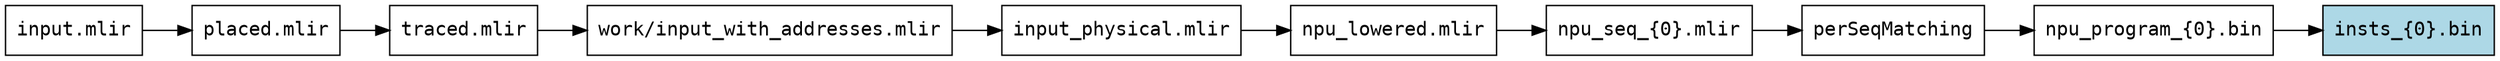
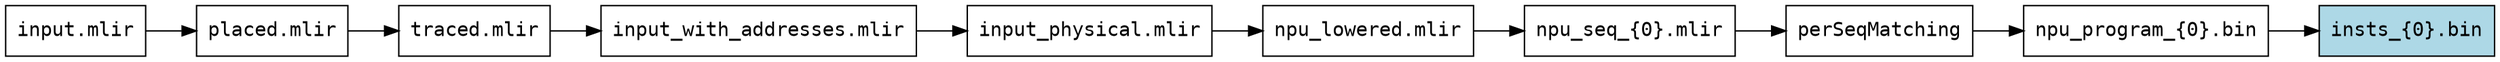
// Copyright (C) 2026 Advanced Micro Devices, Inc.
// SPDX-License-Identifier: Apache-2.0 WITH LLVM-exception
digraph aiecc {
  rankdir=LR;
  node [shape=box, fontname="monospace"];
  n0 [label="input.mlir"];
  n1 [label="placed.mlir"];
  n2 [label="traced.mlir"];
-   n3 [label="work/input_with_addresses.mlir"];
+   n3 [label="input_with_addresses.mlir"];
  n4 [label="input_physical.mlir"];
  n5 [label="npu_lowered.mlir"];
  n6 [label="npu_seq_{0}.mlir"];
  n7 [label="perSeqMatching"];
  n8 [label="npu_program_{0}.bin"];
  n9 [label="insts_{0}.bin", style=filled, fillcolor=lightblue];
  n0 -> n1;
  n1 -> n2;
  n2 -> n3;
  n3 -> n4;
  n4 -> n5;
  n5 -> n6;
  n6 -> n7;
  n7 -> n8;
  n8 -> n9;
}
